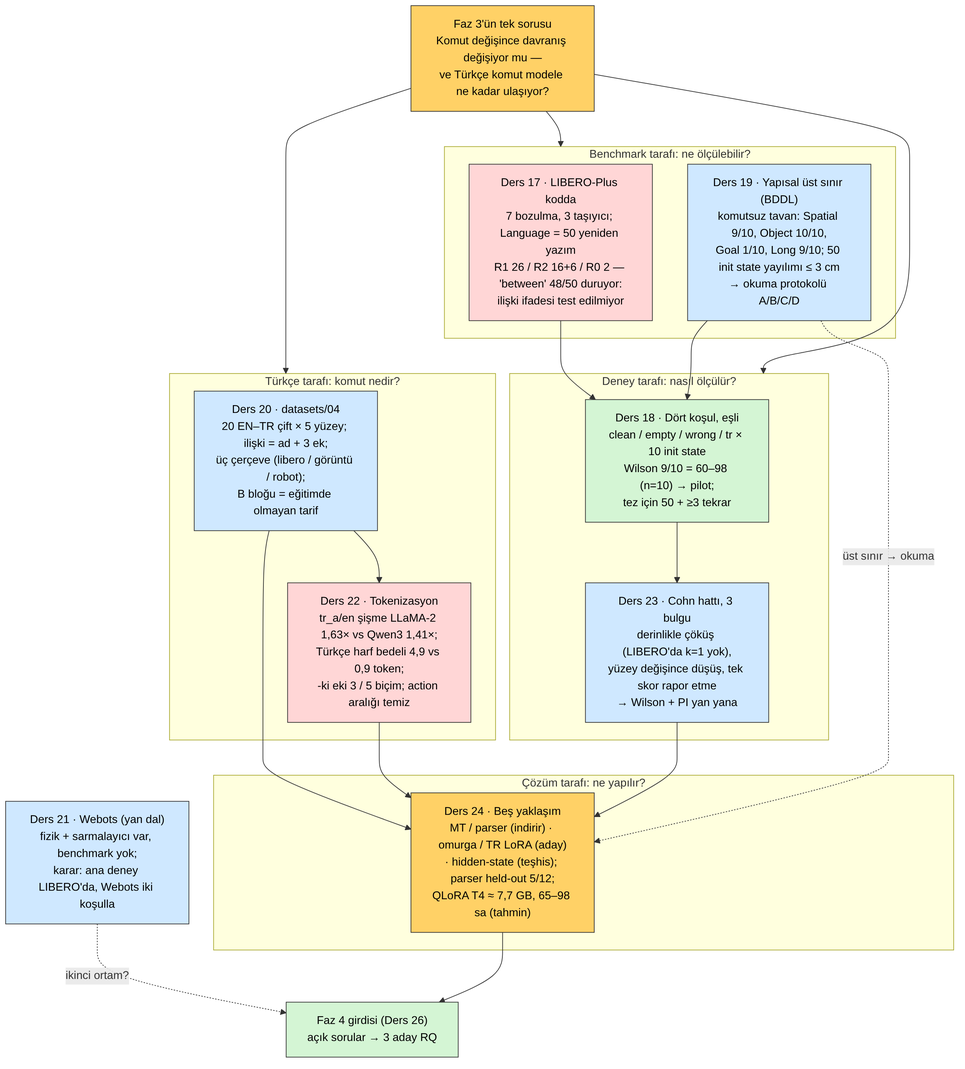
Above: lectures/images/lecture-25/01-phase3-map.png in mesutd0nmez/vla-robot-learning-tr (Mermaid), before the change. Its source is kept beside it as lectures/images/lecture-25/01-phase3-map.mmd.
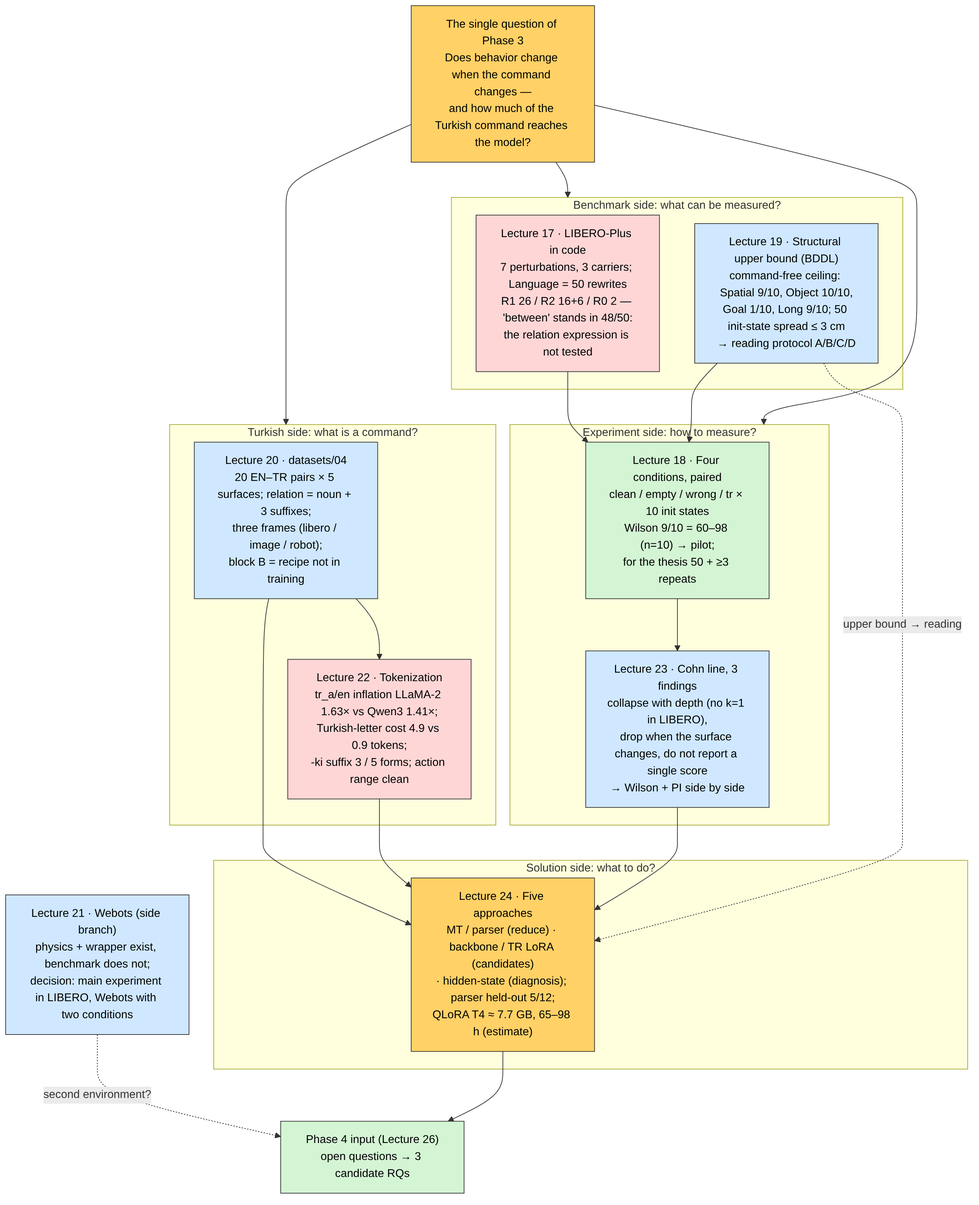
After the commit.

Change to the diagram source:
```diff
@@ -4,28 +4,28 @@
   classDef output fill:#d4f5d4,stroke:#333,color:#000
   classDef problem fill:#ffd6d6,stroke:#333,color:#000
 
-  Q["Faz 3'ün tek sorusu<br/>Komut değişince davranış değişiyor mu —<br/>ve Türkçe komut modele ne kadar ulaşıyor?"]:::model
+  Q["The single question of Phase 3<br/>Does behavior change when the command changes —<br/>and how much of the Turkish command reaches the model?"]:::model
 
-  subgraph BENCH["Benchmark tarafı: ne ölçülebilir?"]
-    D17["Ders 17 · LIBERO-Plus kodda<br/>7 bozulma, 3 taşıyıcı; Language = 50 yeniden yazım<br/>R1 26 / R2 16+6 / R0 2 — 'between' 48/50 duruyor:<br/>ilişki ifadesi test edilmiyor"]:::problem
-    D19["Ders 19 · Yapısal üst sınır (BDDL)<br/>komutsuz tavan: Spatial 9/10, Object 10/10,<br/>Goal 1/10, Long 9/10; 50 init state yayılımı ≤ 3 cm<br/>→ okuma protokolü A/B/C/D"]:::input
+  subgraph BENCH["Benchmark side: what can be measured?"]
+    D17["Lecture 17 · LIBERO-Plus in code<br/>7 perturbations, 3 carriers; Language = 50 rewrites<br/>R1 26 / R2 16+6 / R0 2 — 'between' stands in 48/50:<br/>the relation expression is not tested"]:::problem
+    D19["Lecture 19 · Structural upper bound (BDDL)<br/>command-free ceiling: Spatial 9/10, Object 10/10,<br/>Goal 1/10, Long 9/10; 50 init-state spread ≤ 3 cm<br/>→ reading protocol A/B/C/D"]:::input
   end
 
-  subgraph EXP["Deney tarafı: nasıl ölçülür?"]
-    D18["Ders 18 · Dört koşul, eşli<br/>clean / empty / wrong / tr × 10 init state<br/>Wilson 9/10 = 60–98 (n=10) → pilot;<br/>tez için 50 + ≥3 tekrar"]:::output
-    D23["Ders 23 · Cohn hattı, 3 bulgu<br/>derinlikle çöküş (LIBERO'da k=1 yok),<br/>yüzey değişince düşüş, tek skor rapor etme<br/>→ Wilson + PI yan yana"]:::input
+  subgraph EXP["Experiment side: how to measure?"]
+    D18["Lecture 18 · Four conditions, paired<br/>clean / empty / wrong / tr × 10 init states<br/>Wilson 9/10 = 60–98 (n=10) → pilot;<br/>for the thesis 50 + ≥3 repeats"]:::output
+    D23["Lecture 23 · Cohn line, 3 findings<br/>collapse with depth (no k=1 in LIBERO),<br/>drop when the surface changes, do not report a single score<br/>→ Wilson + PI side by side"]:::input
   end
 
-  subgraph TR["Türkçe tarafı: komut nedir?"]
-    D20["Ders 20 · datasets/04<br/>20 EN–TR çift × 5 yüzey; ilişki = ad + 3 ek;<br/>üç çerçeve (libero / görüntü / robot);<br/>B bloğu = eğitimde olmayan tarif"]:::input
-    D22["Ders 22 · Tokenizasyon<br/>tr_a/en şişme LLaMA-2 1,63× vs Qwen3 1,41×;<br/>Türkçe harf bedeli 4,9 vs 0,9 token;<br/>-ki eki 3 / 5 biçim; action aralığı temiz"]:::problem
+  subgraph TR["Turkish side: what is a command?"]
+    D20["Lecture 20 · datasets/04<br/>20 EN–TR pairs × 5 surfaces; relation = noun + 3 suffixes;<br/>three frames (libero / image / robot);<br/>block B = recipe not in training"]:::input
+    D22["Lecture 22 · Tokenization<br/>tr_a/en inflation LLaMA-2 1.63× vs Qwen3 1.41×;<br/>Turkish-letter cost 4.9 vs 0.9 tokens;<br/>-ki suffix 3 / 5 forms; action range clean"]:::problem
   end
 
-  subgraph SOL["Çözüm tarafı: ne yapılır?"]
-    D24["Ders 24 · Beş yaklaşım<br/>MT / parser (indirir) · omurga / TR LoRA (aday)<br/>· hidden-state (teşhis); parser held-out 5/12;<br/>QLoRA T4 ≈ 7,7 GB, 65–98 sa (tahmin)"]:::model
+  subgraph SOL["Solution side: what to do?"]
+    D24["Lecture 24 · Five approaches<br/>MT / parser (reduce) · backbone / TR LoRA (candidates)<br/>· hidden-state (diagnosis); parser held-out 5/12;<br/>QLoRA T4 ≈ 7.7 GB, 65–98 h (estimate)"]:::model
   end
 
-  D21["Ders 21 · Webots (yan dal)<br/>fizik + sarmalayıcı var, benchmark yok;<br/>karar: ana deney LIBERO'da, Webots iki koşulla"]:::input
+  D21["Lecture 21 · Webots (side branch)<br/>physics + wrapper exist, benchmark does not;<br/>decision: main experiment in LIBERO, Webots with two conditions"]:::input
 
   Q --> BENCH
   Q --> EXP
@@ -37,6 +37,6 @@
   D20 --> D24
   D22 --> D24
   D23 --> D24
-  D19 -. "üst sınır → okuma" .-> D24
-  D21 -. "ikinci ortam?" .-> OUT
-  D24 --> OUT["Faz 4 girdisi (Ders 26)<br/>açık sorular → 3 aday RQ"]:::output
+  D19 -. "upper bound → reading" .-> D24
+  D21 -. "second environment?" .-> OUT
+  D24 --> OUT["Phase 4 input (Lecture 26)<br/>open questions → 3 candidate RQs"]:::output
```
